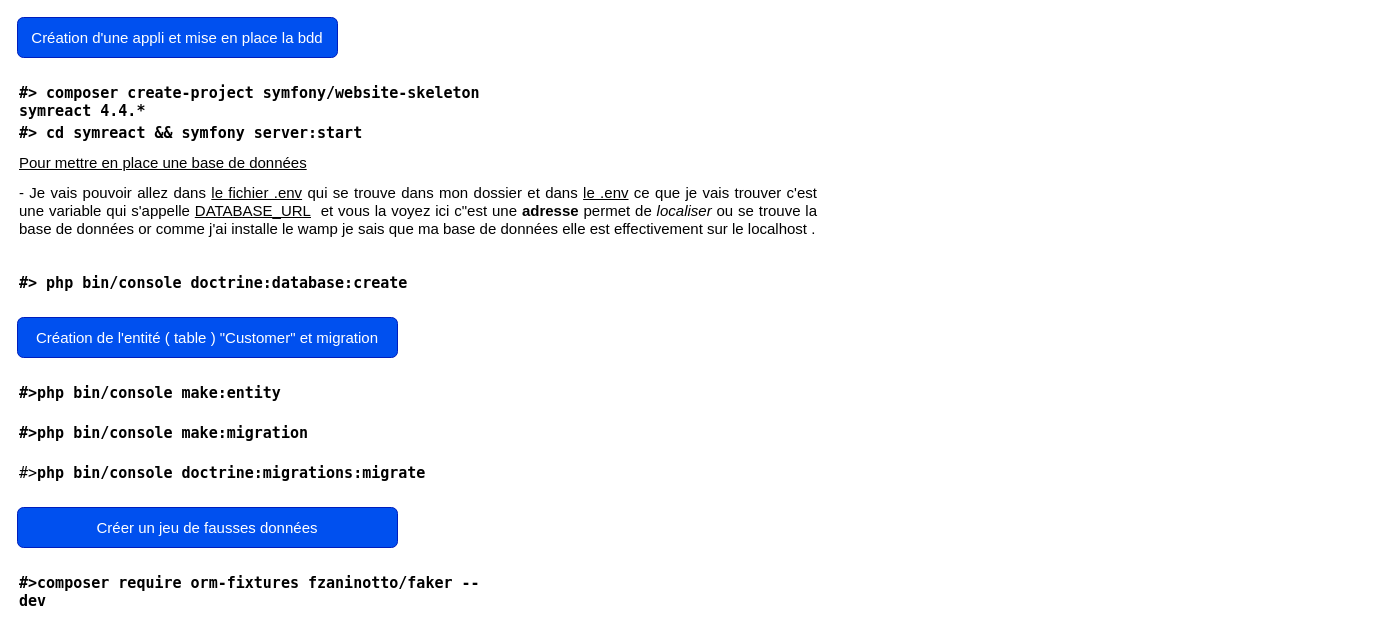
The draw.io diagram page "Mise en place l'app , les entities, et des fixtures" (2 of 2) of symfony_4_api_platform.drawio in JihedGo/symfony-4-api-platform, before the edit. Source tidied: cells renumbered, new cells numbered last; positions are measured from the earlier drawing's top-left corner, leaving out a move shared by most shapes. Both pictures are drawn from the tidied source at 100%, with x=0, y=0 at pixel (17, 17).
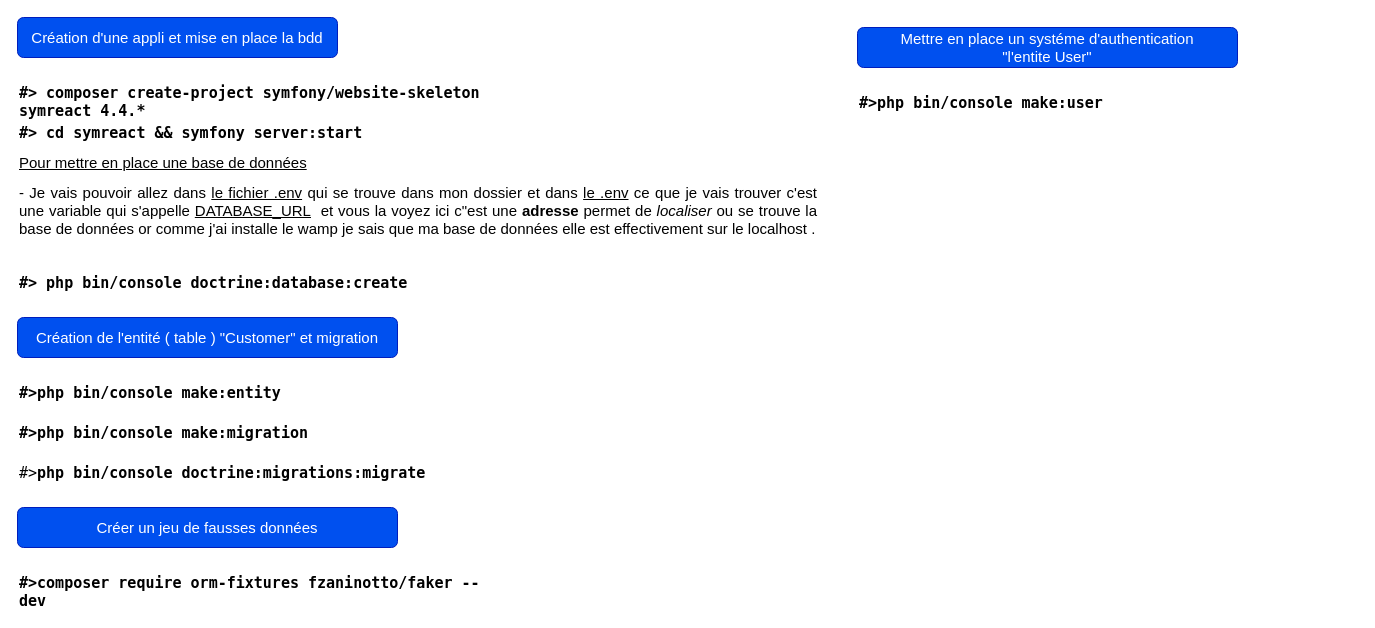
Above is the later version.

Commit message (it also covers changes not shown here):
setting up security component and create the User entity

What changed in the source:
```diff
@@
 <mxGraphModel>
   <root>
     <mxCell id="0" />
     <mxCell id="1" parent="0" />
     <mxCell id="2" value="Création d'une appli et mise en place la bdd" style="rounded=1;whiteSpace=wrap;html=1;fontSize=15;fillColor=#0050ef;strokeColor=#001DBC;fontColor=#ffffff;" parent="1" vertex="1">
       <mxGeometry width="320" height="40" as="geometry" />
     </mxCell>
     <mxCell id="3" value="#&amp;gt; composer create-project symfony/website-skeleton symreact 4.4.*" style="text;whiteSpace=wrap;html=1;fontSize=15;fontStyle=1;fontFamily=Lucida Console;" parent="1" vertex="1">
       <mxGeometry y="60" width="500" height="30" as="geometry" />
     </mxCell>
     <mxCell id="4" value="#&amp;gt; cd symreact &amp;amp;&amp;amp; symfony server:start" style="text;whiteSpace=wrap;html=1;fontSize=15;fontStyle=1;fontFamily=Lucida Console;" parent="1" vertex="1">
       <mxGeometry y="100" width="480" height="30" as="geometry" />
     </mxCell>
     <mxCell id="5" value="Pour mettre en place une base de données" style="text;whiteSpace=wrap;html=1;fontSize=15;fontStyle=4;" parent="1" vertex="1">
       <mxGeometry y="130" width="480" height="30" as="geometry" />
     </mxCell>
     <mxCell id="6" value="&lt;div style=&quot;text-align: justify&quot;&gt;- Je vais pouvoir allez dans &lt;u&gt;le fichier .env&lt;/u&gt; qui se trouve dans mon dossier et dans &lt;u&gt;le .env&lt;/u&gt; ce que je vais trouver c'est une variable qui s'appelle &lt;u&gt;DATABASE_URL&lt;/u&gt;&amp;nbsp; et vous la voyez ici c&quot;est une &lt;b&gt;adresse&lt;/b&gt; permet de &lt;i&gt;localiser&lt;/i&gt; ou se trouve la base de données or comme j'ai installe le wamp je sais que ma base de données elle est effectivement sur le localhost .&lt;/div&gt;" style="text;whiteSpace=wrap;html=1;fontSize=15;" parent="1" vertex="1">
       <mxGeometry y="160" width="800" height="80" as="geometry" />
     </mxCell>
     <mxCell id="7" value="#&amp;gt; php bin/console doctrine:database:create" style="text;whiteSpace=wrap;html=1;fontSize=15;fontStyle=1;fontFamily=Lucida Console;" parent="1" vertex="1">
       <mxGeometry y="250" width="480" height="30" as="geometry" />
     </mxCell>
     <mxCell id="8" value="Création de l'entité ( table ) &quot;Customer&quot; et migration" style="rounded=1;whiteSpace=wrap;html=1;fontSize=15;fillColor=#0050ef;strokeColor=#001DBC;fontColor=#ffffff;" parent="1" vertex="1">
       <mxGeometry y="300" width="380" height="40" as="geometry" />
     </mxCell>
     <mxCell id="9" value="#&amp;gt;&lt;span&gt;php bin/console make:entity&lt;br&gt;&lt;/span&gt;" style="text;whiteSpace=wrap;html=1;fontSize=15;fontStyle=1;fontFamily=Lucida Console;" parent="1" vertex="1">
       <mxGeometry y="360" width="480" height="30" as="geometry" />
     </mxCell>
     <mxCell id="10" value="#&amp;gt;&lt;span&gt;php bin/console make:migration&lt;br&gt;&lt;br&gt;&lt;/span&gt;" style="text;whiteSpace=wrap;html=1;fontSize=15;fontStyle=1;fontFamily=Lucida Console;" parent="1" vertex="1">
       <mxGeometry y="400" width="480" height="30" as="geometry" />
     </mxCell>
     <mxCell id="11" value="&lt;span style=&quot;font-weight: 400&quot;&gt;#&amp;gt;&lt;/span&gt;php bin/console doctrine:migrations:migrate" style="text;whiteSpace=wrap;html=1;fontSize=15;fontStyle=1;fontFamily=Lucida Console;" parent="1" vertex="1">
       <mxGeometry y="440" width="480" height="30" as="geometry" />
     </mxCell>
     <mxCell id="12" value="Créer un jeu de fausses données" style="rounded=1;whiteSpace=wrap;html=1;fontSize=15;fillColor=#0050ef;strokeColor=#001DBC;fontColor=#ffffff;" parent="1" vertex="1">
       <mxGeometry y="490" width="380" height="40" as="geometry" />
     </mxCell>
     <mxCell id="13" value="#&amp;gt;composer require orm-fixtures fzaninotto/faker --dev&lt;span&gt;&lt;br&gt;&lt;/span&gt;" style="text;whiteSpace=wrap;html=1;fontSize=15;fontStyle=1;fontFamily=Lucida Console;" parent="1" vertex="1">
       <mxGeometry y="550" width="480" height="30" as="geometry" />
     </mxCell>
+    <mxCell id="14" value="Mettre en place un systéme d'authentication&lt;br&gt;&quot;l'entite User&quot;" style="rounded=1;whiteSpace=wrap;html=1;fontSize=15;fillColor=#0050ef;strokeColor=#001DBC;fontColor=#ffffff;" parent="1" vertex="1">
+      <mxGeometry x="840" y="10" width="380" height="40" as="geometry" />
+    </mxCell>
+    <mxCell id="15" value="#&amp;gt;php bin/console make:user" style="text;whiteSpace=wrap;html=1;fontSize=15;fontStyle=1;fontFamily=Lucida Console;" parent="1" vertex="1">
+      <mxGeometry x="840" y="70" width="500" height="30" as="geometry" />
+    </mxCell>
   </root>
 </mxGraphModel>
```
